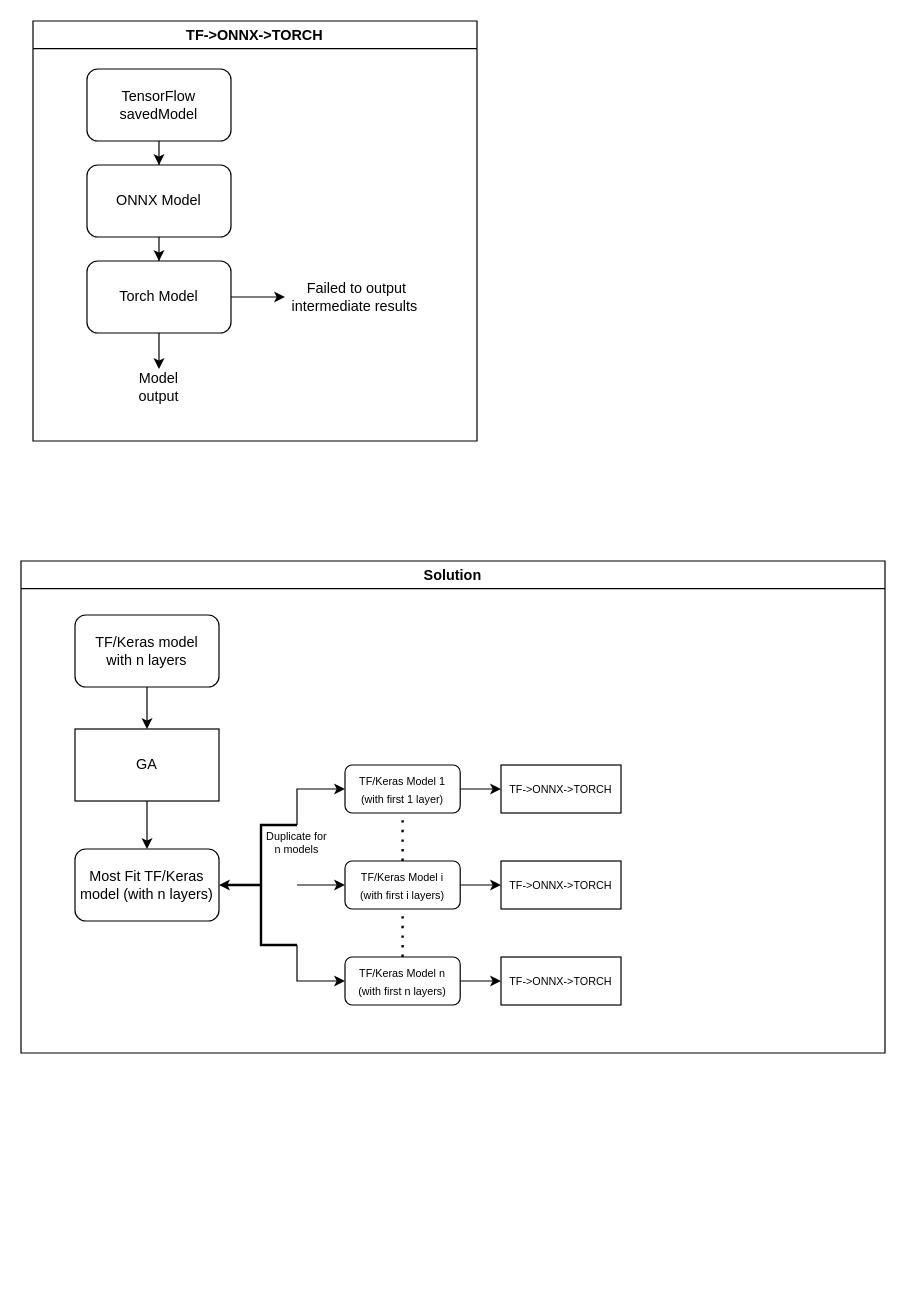
Before: GA/diff_testing.drawio in kelvinlyy/DCDT, a draw.io diagram. Source tidied: cells renumbered, new cells numbered last; positions are measured from the earlier drawing's top-left corner, leaving out a move shared by most shapes. Both pictures are drawn from the tidied source at 120%, with x=0, y=0 at pixel (20, 20).
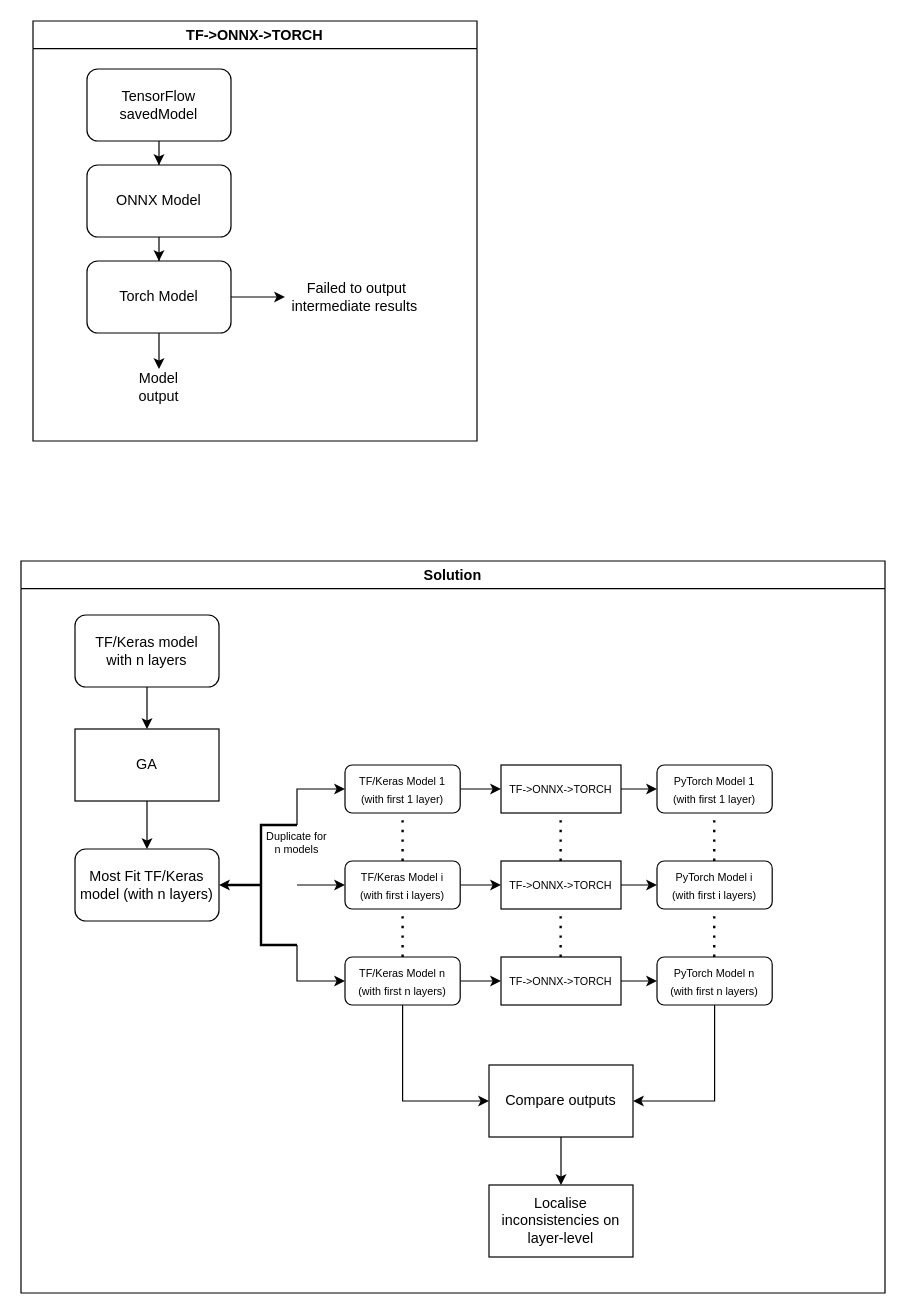
After the change.

Unchanged cells that the change refers to:
```xml
<mxCell id="27" value="&lt;font style=&quot;font-size: 9px&quot;&gt;TF/Keras&amp;nbsp;Model n&lt;br&gt;(with first n layers)&lt;/font&gt;" style="rounded=1;whiteSpace=wrap;html=1;" parent="12" vertex="1">
  <mxGeometry x="270" y="330" width="96" height="40" as="geometry" />
</mxCell>
<mxCell id="32" value="&lt;font style=&quot;font-size: 9px&quot;&gt;TF-&amp;gt;ONNX-&amp;gt;TORCH&lt;/font&gt;" style="whiteSpace=wrap;html=1;" parent="12" vertex="1">
  <mxGeometry x="400" y="170" width="100" height="40" as="geometry" />
</mxCell>
<mxCell id="33" value="&lt;font style=&quot;font-size: 9px&quot;&gt;TF-&amp;gt;ONNX-&amp;gt;TORCH&lt;/font&gt;" style="whiteSpace=wrap;html=1;" parent="12" vertex="1">
  <mxGeometry x="400" y="250" width="100" height="40" as="geometry" />
</mxCell>
<mxCell id="34" value="&lt;font style=&quot;font-size: 9px&quot;&gt;TF-&amp;gt;ONNX-&amp;gt;TORCH&lt;/font&gt;" style="whiteSpace=wrap;html=1;" parent="12" vertex="1">
  <mxGeometry x="400" y="330" width="100" height="40" as="geometry" />
</mxCell>
```

What changed in the source:
```diff
@@
     <mxCell id="12" value="Solution" style="swimlane;" parent="1" vertex="1">
-      <mxGeometry y="450" width="720" height="410" as="geometry" />
+      <mxGeometry y="450" width="720" height="610" as="geometry" />
     </mxCell>
@@
+    <mxCell id="35" style="edgeStyle=orthogonalEdgeStyle;rounded=0;jettySize=auto;html=1;entryX=0;entryY=0.5;entryDx=0;entryDy=0;fontSize=12;" parent="12" edge="1" source="27" target="47">
+      <mxGeometry relative="1" as="geometry">
+        <Array as="points">
+          <mxPoint x="318" y="450" />
+        </Array>
+      </mxGeometry>
+    </mxCell>
@@
+    <mxCell id="36" style="edgeStyle=orthogonalEdgeStyle;rounded=0;jettySize=auto;html=1;entryX=0;entryY=0.5;entryDx=0;entryDy=0;fontSize=9;" parent="12" edge="1" source="32" target="39">
+      <mxGeometry relative="1" as="geometry" />
+    </mxCell>
@@
+    <mxCell id="37" style="edgeStyle=orthogonalEdgeStyle;rounded=0;jettySize=auto;html=1;entryX=0;entryY=0.5;entryDx=0;entryDy=0;fontSize=9;" parent="12" edge="1" source="33" target="40">
+      <mxGeometry relative="1" as="geometry" />
+    </mxCell>
@@
+    <mxCell id="38" style="edgeStyle=orthogonalEdgeStyle;rounded=0;jettySize=auto;html=1;entryX=0;entryY=0.5;entryDx=0;entryDy=0;fontSize=9;" parent="12" edge="1" source="34" target="42">
+      <mxGeometry relative="1" as="geometry" />
+    </mxCell>
@@
+    <mxCell id="39" value="&lt;font style=&quot;font-size: 9px&quot;&gt;PyTorch Model 1&lt;br&gt;(with first 1 layer)&lt;/font&gt;" style="rounded=1;whiteSpace=wrap;html=1;" parent="12" vertex="1">
+      <mxGeometry x="530" y="170" width="96" height="40" as="geometry" />
+    </mxCell>
+    <mxCell id="40" value="&lt;font style=&quot;font-size: 9px&quot;&gt;PyTorch&amp;nbsp;Model i&lt;br&gt;(with first i layers)&lt;/font&gt;" style="rounded=1;whiteSpace=wrap;html=1;" parent="12" vertex="1">
+      <mxGeometry x="530" y="250" width="96" height="40" as="geometry" />
+    </mxCell>
+    <mxCell id="41" style="edgeStyle=orthogonalEdgeStyle;rounded=0;jettySize=auto;html=1;entryX=1;entryY=0.5;entryDx=0;entryDy=0;fontSize=12;" parent="12" edge="1" source="42" target="47">
+      <mxGeometry relative="1" as="geometry">
+        <Array as="points">
+          <mxPoint x="578" y="450" />
+        </Array>
+      </mxGeometry>
+    </mxCell>
+    <mxCell id="42" value="&lt;font style=&quot;font-size: 9px&quot;&gt;PyTorch&amp;nbsp;Model n&lt;br&gt;(with first n layers)&lt;/font&gt;" style="rounded=1;whiteSpace=wrap;html=1;" parent="12" vertex="1">
+      <mxGeometry x="530" y="330" width="96" height="40" as="geometry" />
+    </mxCell>
+    <mxCell id="43" style="endArrow=none;dashed=1;html=1;dashPattern=1 3;strokeWidth=2;rounded=0;fontSize=9;entryX=0.5;entryY=1;entryDx=0;entryDy=0;exitX=0.5;exitY=0;exitDx=0;exitDy=0;" parent="12" edge="1">
+      <mxGeometry relative="1" as="geometry">
+        <mxPoint x="449.7" y="330" as="sourcePoint" />
+        <mxPoint x="449.7" y="290" as="targetPoint" />
+      </mxGeometry>
+    </mxCell>
+    <mxCell id="44" style="endArrow=none;dashed=1;html=1;dashPattern=1 3;strokeWidth=2;rounded=0;fontSize=9;entryX=0.5;entryY=1;entryDx=0;entryDy=0;exitX=0.5;exitY=0;exitDx=0;exitDy=0;" parent="12" edge="1">
+      <mxGeometry relative="1" as="geometry">
+        <mxPoint x="577.7" y="330" as="sourcePoint" />
+        <mxPoint x="577.7" y="290" as="targetPoint" />
+      </mxGeometry>
+    </mxCell>
+    <mxCell id="45" style="endArrow=none;dashed=1;html=1;dashPattern=1 3;strokeWidth=2;rounded=0;fontSize=9;entryX=0.5;entryY=1;entryDx=0;entryDy=0;exitX=0.5;exitY=0;exitDx=0;exitDy=0;" parent="12" edge="1">
+      <mxGeometry relative="1" as="geometry">
+        <mxPoint x="449.7" y="250" as="sourcePoint" />
+        <mxPoint x="449.7" y="210" as="targetPoint" />
+      </mxGeometry>
+    </mxCell>
+    <mxCell id="46" style="endArrow=none;dashed=1;html=1;dashPattern=1 3;strokeWidth=2;rounded=0;fontSize=9;entryX=0.5;entryY=1;entryDx=0;entryDy=0;exitX=0.5;exitY=0;exitDx=0;exitDy=0;" parent="12" edge="1">
+      <mxGeometry relative="1" as="geometry">
+        <mxPoint x="577.7" y="250" as="sourcePoint" />
+        <mxPoint x="577.7" y="210" as="targetPoint" />
+      </mxGeometry>
+    </mxCell>
+    <mxCell id="47" value="&lt;font style=&quot;font-size: 12px&quot;&gt;Compare outputs&lt;/font&gt;" style="rounded=0;whiteSpace=wrap;html=1;fontSize=9;" parent="12" vertex="1">
+      <mxGeometry x="390" y="420" width="120" height="60" as="geometry" />
+    </mxCell>
+    <mxCell id="48" value="&lt;font style=&quot;font-size: 12px&quot;&gt;Localise inconsistencies on layer-level&lt;/font&gt;" style="rounded=0;whiteSpace=wrap;html=1;fontSize=9;" parent="12" vertex="1">
+      <mxGeometry x="390" y="520" width="120" height="60" as="geometry" />
+    </mxCell>
+    <mxCell id="49" style="edgeStyle=orthogonalEdgeStyle;rounded=0;jettySize=auto;html=1;fontSize=12;" parent="12" edge="1" source="47" target="48">
+      <mxGeometry relative="1" as="geometry" />
+    </mxCell>
```
